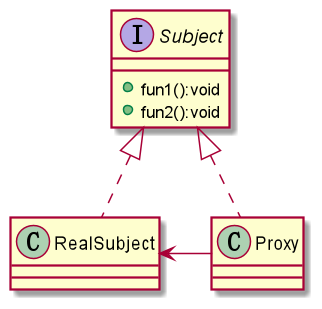
Above: DesignPatterns/src/com/cyq/design/代理模式/代理模式类图.png in daleige/AndroidSamples (PlantUML), before the change. Its diagram source:
```plantuml
@startuml
interface Subject{
    + fun1():void
    + fun2():void
}

class RealSubject
class Proxy
RealSubject .up.|> Subject
Proxy .up.|> Subject
Proxy -left-> RealSubject
@enduml
```
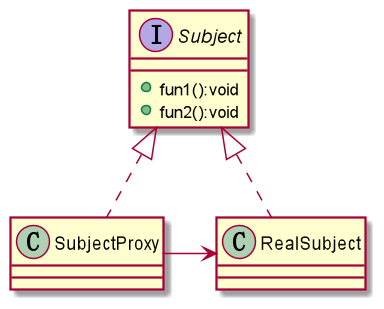
After the change.

What changed in the source:
```diff
@@ -5,8 +5,8 @@
 }
 
 class RealSubject
-class Proxy
+class SubjectProxy
 RealSubject .up.|> Subject
-Proxy .up.|> Subject
-Proxy -left-> RealSubject
+SubjectProxy .up.|> Subject
+SubjectProxy -right-> RealSubject
 @enduml
```
